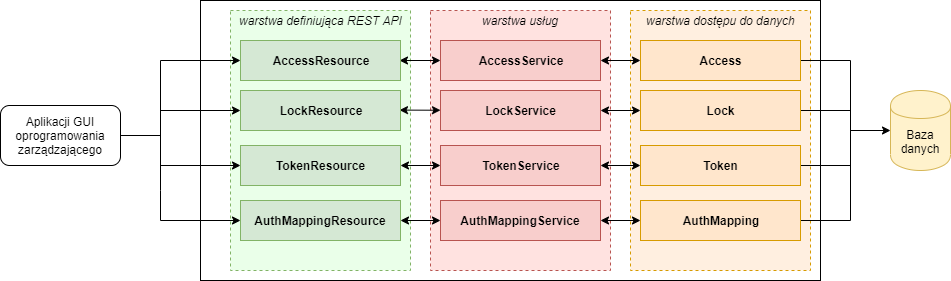
Earlier version of the draw.io export docs/chapters/images/uslugi2.png (adapiekarska/centralized-lock-system). Source tidied: cells renumbered, new cells last; positions are measured from the earlier drawing's top-left corner, leaving out a move shared by most shapes.
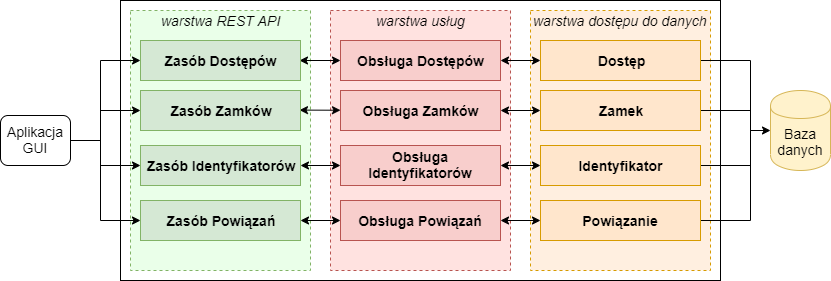
The same file after the commit.

Diff of the diagram source:
```diff
@@ -2,38 +2,38 @@
   <root>
     <mxCell id="0" />
     <mxCell id="1" parent="0" />
-    <mxCell id="2" style="rounded=0;whiteSpace=wrap;html=1;" parent="1" vertex="1">
-      <mxGeometry x="200" width="620" height="280" as="geometry" />
+    <mxCell id="2" style="rounded=0;whiteSpace=wrap;html=1;fontSize=14;" parent="1" vertex="1">
+      <mxGeometry x="220" width="600" height="280" as="geometry" />
     </mxCell>
-    <mxCell id="3" style="rounded=0;whiteSpace=wrap;html=1;dashed=1;fillColor=#FFEFE0;strokeColor=#d79b00;" parent="1" vertex="1">
+    <mxCell id="3" style="rounded=0;whiteSpace=wrap;html=1;dashed=1;fillColor=#FFEFE0;strokeColor=#d79b00;fontSize=14;" parent="1" vertex="1">
       <mxGeometry x="630" y="10" width="180" height="260" as="geometry" />
     </mxCell>
-    <mxCell id="4" value="warstwa dostępu do danych" style="text;html=1;align=center;verticalAlign=middle;strokeColor=none;fillColor=none;fontStyle=2;" parent="1" vertex="1">
-      <mxGeometry x="640" y="10" width="160" height="20" as="geometry" />
+    <mxCell id="4" value="warstwa dostępu do danych" style="text;html=1;align=center;verticalAlign=middle;strokeColor=none;fillColor=none;fontStyle=2;fontSize=14;" parent="1" vertex="1">
+      <mxGeometry x="625" y="10" width="190" height="20" as="geometry" />
     </mxCell>
-    <mxCell id="5" style="rounded=0;whiteSpace=wrap;html=1;dashed=1;fillColor=#FFE2E0;strokeColor=#b85450;" parent="1" vertex="1">
+    <mxCell id="5" style="rounded=0;whiteSpace=wrap;html=1;dashed=1;fillColor=#FFE2E0;strokeColor=#b85450;fontSize=14;" parent="1" vertex="1">
       <mxGeometry x="430" y="10" width="180" height="260" as="geometry" />
     </mxCell>
-    <mxCell id="6" style="rounded=0;whiteSpace=wrap;html=1;dashed=1;fillColor=#EAFFE9;strokeColor=#82b366;" parent="1" vertex="1">
+    <mxCell id="6" style="rounded=0;whiteSpace=wrap;html=1;dashed=1;fillColor=#EAFFE9;strokeColor=#82b366;fontSize=14;" parent="1" vertex="1">
       <mxGeometry x="230" y="10" width="180" height="260" as="geometry" />
     </mxCell>
-    <mxCell id="7" style="edgeStyle=none;rounded=0;jettySize=auto;html=1;exitX=1;exitY=0.5;exitDx=0;exitDy=0;entryX=0;entryY=0.9;entryDx=0;entryDy=0;entryPerimeter=0;startArrow=classic;startFill=1;" parent="1" edge="1" source="9">
+    <mxCell id="7" style="edgeStyle=none;rounded=0;jettySize=auto;html=1;exitX=1;exitY=0.5;exitDx=0;exitDy=0;entryX=0;entryY=0.9;entryDx=0;entryDy=0;entryPerimeter=0;startArrow=classic;startFill=1;fontSize=14;" parent="1" edge="1" source="9">
       <mxGeometry relative="1" as="geometry">
         <mxPoint x="640" y="220" as="targetPoint" />
       </mxGeometry>
     </mxCell>
-    <mxCell id="8" style="edgeStyle=none;rounded=0;jettySize=auto;html=1;exitX=0;exitY=0.5;exitDx=0;exitDy=0;entryX=1;entryY=0.9;entryDx=0;entryDy=0;entryPerimeter=0;startArrow=classic;startFill=1;" parent="1" edge="1" source="9">
+    <mxCell id="8" style="edgeStyle=none;rounded=0;jettySize=auto;html=1;exitX=0;exitY=0.5;exitDx=0;exitDy=0;entryX=1;entryY=0.9;entryDx=0;entryDy=0;entryPerimeter=0;startArrow=classic;startFill=1;fontSize=14;" parent="1" edge="1" source="9">
       <mxGeometry relative="1" as="geometry">
         <mxPoint x="400" y="220" as="targetPoint" />
       </mxGeometry>
     </mxCell>
-    <mxCell id="9" value="AuthMappingService" style="rounded=0;whiteSpace=wrap;html=1;fontStyle=1;fillColor=#f8cecc;strokeColor=#b85450;" parent="1" vertex="1">
+    <mxCell id="9" value="Obsługa Powiązań" style="rounded=0;whiteSpace=wrap;html=1;fontStyle=1;fillColor=#f8cecc;strokeColor=#b85450;fontSize=14;" parent="1" vertex="1">
       <mxGeometry x="440" y="200" width="160" height="40" as="geometry" />
     </mxCell>
-    <mxCell id="10" value="Baza danych" style="shape=cylinder;whiteSpace=wrap;html=1;boundedLbl=1;backgroundOutline=1;fillColor=#fff2cc;strokeColor=#d6b656;" parent="1" vertex="1">
-      <mxGeometry x="890" y="90" width="60" height="80" as="geometry" />
+    <mxCell id="10" value="Baza danych" style="shape=cylinder;whiteSpace=wrap;html=1;boundedLbl=1;backgroundOutline=1;fillColor=#fff2cc;strokeColor=#d6b656;fontSize=14;" parent="1" vertex="1">
+      <mxGeometry x="870" y="90" width="60" height="80" as="geometry" />
     </mxCell>
-    <mxCell id="11" style="edgeStyle=orthogonalEdgeStyle;rounded=0;jettySize=auto;html=1;entryX=0;entryY=0.5;entryDx=0;entryDy=0;exitX=1;exitY=0.5;exitDx=0;exitDy=0;" parent="1" edge="1" source="23" target="10">
+    <mxCell id="11" style="edgeStyle=orthogonalEdgeStyle;rounded=0;jettySize=auto;html=1;entryX=0;entryY=0.5;entryDx=0;entryDy=0;exitX=1;exitY=0.5;exitDx=0;exitDy=0;fontSize=14;" parent="1" edge="1" source="23" target="10">
       <mxGeometry relative="1" as="geometry">
         <Array as="points">
           <mxPoint x="850" y="60" />
@@ -41,60 +41,52 @@
         </Array>
       </mxGeometry>
     </mxCell>
-    <mxCell id="12" style="edgeStyle=none;rounded=0;jettySize=auto;html=1;entryX=0;entryY=0.1;entryDx=0;entryDy=0;entryPerimeter=0;startArrow=classic;startFill=1;" parent="1" edge="1" source="13">
+    <mxCell id="12" style="edgeStyle=none;rounded=0;jettySize=auto;html=1;entryX=0;entryY=0.1;entryDx=0;entryDy=0;entryPerimeter=0;startArrow=classic;startFill=1;fontSize=14;" parent="1" edge="1" source="13">
       <mxGeometry relative="1" as="geometry">
         <mxPoint x="640" y="60" as="targetPoint" />
       </mxGeometry>
     </mxCell>
-    <mxCell id="13" value="AccessService" style="rounded=0;whiteSpace=wrap;html=1;fontStyle=1;fillColor=#f8cecc;strokeColor=#b85450;" parent="1" vertex="1">
+    <mxCell id="13" value="Obsługa Dostępów" style="rounded=0;whiteSpace=wrap;html=1;fontStyle=1;fillColor=#f8cecc;strokeColor=#b85450;fontSize=14;" parent="1" vertex="1">
       <mxGeometry x="440" y="40" width="160" height="40" as="geometry" />
     </mxCell>
-    <mxCell id="14" style="edgeStyle=orthogonalEdgeStyle;rounded=0;jettySize=auto;html=1;entryX=0;entryY=0.5;entryDx=0;entryDy=0;startArrow=classic;startFill=1;" parent="1" edge="1" target="13">
+    <mxCell id="14" style="edgeStyle=orthogonalEdgeStyle;rounded=0;jettySize=auto;html=1;entryX=0;entryY=0.5;entryDx=0;entryDy=0;startArrow=classic;startFill=1;fontSize=14;" parent="1" edge="1" target="13">
       <mxGeometry relative="1" as="geometry">
         <mxPoint x="399" y="60" as="sourcePoint" />
       </mxGeometry>
     </mxCell>
-    <mxCell id="15" style="edgeStyle=orthogonalEdgeStyle;rounded=0;jettySize=auto;html=1;startArrow=none;startFill=0;endArrow=none;endFill=0;" parent="1" edge="1" source="16">
-      <mxGeometry relative="1" as="geometry">
-        <mxPoint x="160" y="60" as="targetPoint" />
-        <Array as="points">
-          <mxPoint x="160" y="135" />
-        </Array>
-      </mxGeometry>
-    </mxCell>
-    <mxCell id="16" value="Aplikacji GUI oprogramowania zarządzającego" style="rounded=1;whiteSpace=wrap;html=1;" parent="1" vertex="1">
-      <mxGeometry y="105" width="120" height="60" as="geometry" />
+    <mxCell id="16" value="Aplikacja GUI" style="rounded=1;whiteSpace=wrap;html=1;fontSize=14;" parent="1" vertex="1">
+      <mxGeometry x="100" y="115" width="70" height="50" as="geometry" />
     </mxCell>
-    <mxCell id="17" style="edgeStyle=none;rounded=0;jettySize=auto;html=1;entryX=0.975;entryY=0.348;entryDx=0;entryDy=0;entryPerimeter=0;startArrow=classic;startFill=1;" parent="1" edge="1" source="19">
+    <mxCell id="17" style="edgeStyle=none;rounded=0;jettySize=auto;html=1;entryX=0.975;entryY=0.348;entryDx=0;entryDy=0;entryPerimeter=0;startArrow=classic;startFill=1;fontSize=14;" parent="1" edge="1" source="19">
       <mxGeometry relative="1" as="geometry">
         <mxPoint x="399" y="109.6" as="targetPoint" />
       </mxGeometry>
     </mxCell>
-    <mxCell id="18" style="edgeStyle=none;rounded=0;jettySize=auto;html=1;exitX=1;exitY=0.5;exitDx=0;exitDy=0;entryX=0;entryY=0.35;entryDx=0;entryDy=0;entryPerimeter=0;startArrow=classic;startFill=1;" parent="1" edge="1" source="19">
+    <mxCell id="18" style="edgeStyle=none;rounded=0;jettySize=auto;html=1;exitX=1;exitY=0.5;exitDx=0;exitDy=0;entryX=0;entryY=0.35;entryDx=0;entryDy=0;entryPerimeter=0;startArrow=classic;startFill=1;fontSize=14;" parent="1" edge="1" source="19">
       <mxGeometry relative="1" as="geometry">
         <mxPoint x="640" y="110" as="targetPoint" />
       </mxGeometry>
     </mxCell>
-    <mxCell id="19" value="LockService" style="rounded=0;whiteSpace=wrap;html=1;fontStyle=1;fillColor=#f8cecc;strokeColor=#b85450;" parent="1" vertex="1">
+    <mxCell id="19" value="Obsługa Zamków" style="rounded=0;whiteSpace=wrap;html=1;fontStyle=1;fillColor=#f8cecc;strokeColor=#b85450;fontSize=14;" parent="1" vertex="1">
       <mxGeometry x="440" y="90" width="160" height="40" as="geometry" />
     </mxCell>
-    <mxCell id="20" style="edgeStyle=none;rounded=0;jettySize=auto;html=1;entryX=1;entryY=0.625;entryDx=0;entryDy=0;entryPerimeter=0;startArrow=classic;startFill=1;" parent="1" edge="1" source="22">
+    <mxCell id="20" style="edgeStyle=none;rounded=0;jettySize=auto;html=1;entryX=1;entryY=0.625;entryDx=0;entryDy=0;entryPerimeter=0;startArrow=classic;startFill=1;fontSize=14;" parent="1" edge="1" source="22">
       <mxGeometry relative="1" as="geometry">
         <mxPoint x="400" y="165" as="targetPoint" />
       </mxGeometry>
     </mxCell>
-    <mxCell id="21" style="edgeStyle=none;rounded=0;jettySize=auto;html=1;exitX=1;exitY=0.5;exitDx=0;exitDy=0;entryX=0;entryY=0.625;entryDx=0;entryDy=0;entryPerimeter=0;startArrow=classic;startFill=1;" parent="1" edge="1" source="22">
+    <mxCell id="21" style="edgeStyle=none;rounded=0;jettySize=auto;html=1;exitX=1;exitY=0.5;exitDx=0;exitDy=0;entryX=0;entryY=0.625;entryDx=0;entryDy=0;entryPerimeter=0;startArrow=classic;startFill=1;fontSize=14;" parent="1" edge="1" source="22">
       <mxGeometry relative="1" as="geometry">
         <mxPoint x="640" y="165" as="targetPoint" />
       </mxGeometry>
     </mxCell>
-    <mxCell id="22" value="TokenService" style="rounded=0;whiteSpace=wrap;html=1;fontStyle=1;fillColor=#f8cecc;strokeColor=#b85450;" parent="1" vertex="1">
+    <mxCell id="22" value="Obsługa Identyfikatorów" style="rounded=0;whiteSpace=wrap;html=1;fontStyle=1;fillColor=#f8cecc;strokeColor=#b85450;fontSize=14;" parent="1" vertex="1">
       <mxGeometry x="440" y="145" width="160" height="40" as="geometry" />
     </mxCell>
-    <mxCell id="23" value="&lt;b&gt;Access&lt;/b&gt;" style="rounded=0;whiteSpace=wrap;html=1;fillColor=#ffe6cc;strokeColor=#d79b00;" parent="1" vertex="1">
+    <mxCell id="23" value="&lt;b style=&quot;font-size: 14px;&quot;&gt;Dostęp&lt;/b&gt;" style="rounded=0;whiteSpace=wrap;html=1;fillColor=#ffe6cc;strokeColor=#d79b00;fontSize=14;" parent="1" vertex="1">
       <mxGeometry x="640" y="40" width="160" height="40" as="geometry" />
     </mxCell>
-    <mxCell id="24" style="edgeStyle=orthogonalEdgeStyle;rounded=0;jettySize=auto;html=1;endArrow=none;endFill=0;" parent="1" edge="1" source="25">
+    <mxCell id="24" style="edgeStyle=orthogonalEdgeStyle;rounded=0;jettySize=auto;html=1;endArrow=none;endFill=0;fontSize=14;" parent="1" edge="1" source="25">
       <mxGeometry relative="1" as="geometry">
         <mxPoint x="860" y="130" as="targetPoint" />
         <Array as="points">
@@ -103,10 +95,10 @@
         </Array>
       </mxGeometry>
     </mxCell>
-    <mxCell id="25" value="&lt;b&gt;Lock&lt;/b&gt;" style="rounded=0;whiteSpace=wrap;html=1;fillColor=#ffe6cc;strokeColor=#d79b00;" parent="1" vertex="1">
+    <mxCell id="25" value="&lt;b style=&quot;font-size: 14px;&quot;&gt;Zamek&lt;/b&gt;" style="rounded=0;whiteSpace=wrap;html=1;fillColor=#ffe6cc;strokeColor=#d79b00;fontSize=14;" parent="1" vertex="1">
       <mxGeometry x="640" y="90" width="160" height="40" as="geometry" />
     </mxCell>
-    <mxCell id="26" style="edgeStyle=orthogonalEdgeStyle;rounded=0;jettySize=auto;html=1;endArrow=none;endFill=0;" parent="1" edge="1" source="27">
+    <mxCell id="26" style="edgeStyle=orthogonalEdgeStyle;rounded=0;jettySize=auto;html=1;endArrow=none;endFill=0;fontSize=14;" parent="1" edge="1" source="27">
       <mxGeometry relative="1" as="geometry">
         <mxPoint x="850" y="130" as="targetPoint" />
         <Array as="points">
@@ -115,10 +107,10 @@
         </Array>
       </mxGeometry>
     </mxCell>
-    <mxCell id="27" value="&lt;b&gt;Token&lt;/b&gt;" style="rounded=0;whiteSpace=wrap;html=1;fillColor=#ffe6cc;strokeColor=#d79b00;" parent="1" vertex="1">
+    <mxCell id="27" value="&lt;b style=&quot;font-size: 14px;&quot;&gt;Identyfikator&lt;/b&gt;" style="rounded=0;whiteSpace=wrap;html=1;fillColor=#ffe6cc;strokeColor=#d79b00;fontSize=14;" parent="1" vertex="1">
       <mxGeometry x="640" y="145" width="160" height="40" as="geometry" />
     </mxCell>
-    <mxCell id="28" style="edgeStyle=orthogonalEdgeStyle;rounded=0;jettySize=auto;html=1;endArrow=none;endFill=0;" parent="1" edge="1" source="29">
+    <mxCell id="28" style="edgeStyle=orthogonalEdgeStyle;rounded=0;jettySize=auto;html=1;endArrow=none;endFill=0;fontSize=14;" parent="1" edge="1" source="29">
       <mxGeometry relative="1" as="geometry">
         <mxPoint x="850" y="140" as="targetPoint" />
         <Array as="points">
@@ -127,56 +119,61 @@
         </Array>
       </mxGeometry>
     </mxCell>
-    <mxCell id="29" value="&lt;b&gt;AuthMapping&lt;/b&gt;" style="rounded=0;whiteSpace=wrap;html=1;fillColor=#ffe6cc;strokeColor=#d79b00;" parent="1" vertex="1">
+    <mxCell id="29" value="&lt;b style=&quot;font-size: 14px;&quot;&gt;Powiązanie&lt;/b&gt;" style="rounded=0;whiteSpace=wrap;html=1;fillColor=#ffe6cc;strokeColor=#d79b00;fontSize=14;" parent="1" vertex="1">
       <mxGeometry x="640" y="200" width="160" height="40" as="geometry" />
     </mxCell>
-    <mxCell id="30" style="edgeStyle=orthogonalEdgeStyle;rounded=0;jettySize=auto;html=1;startArrow=classic;startFill=1;endArrow=none;endFill=0;" parent="1" edge="1" source="31">
-      <mxGeometry relative="1" as="geometry">
-        <mxPoint x="160" y="60" as="targetPoint" />
-      </mxGeometry>
-    </mxCell>
+    <mxCell id="41" style="edgeStyle=orthogonalEdgeStyle;rounded=0;jettySize=auto;html=1;exitX=0;exitY=0.5;exitDx=0;exitDy=0;entryX=1;entryY=0.5;entryDx=0;entryDy=0;endArrow=none;endFill=0;startArrow=classic;startFill=1;fontSize=14;" parent="1" edge="1" source="31" target="16">
+      <mxGeometry relative="1" as="geometry">
+        <Array as="points">
+          <mxPoint x="200" y="60" />
+          <mxPoint x="200" y="140" />
+        </Array>
+      </mxGeometry>
+    </mxCell>
-    <mxCell id="31" value="&lt;b&gt;AccessResource&lt;/b&gt;" style="rounded=0;whiteSpace=wrap;html=1;fillColor=#d5e8d4;strokeColor=#82b366;" parent="1" vertex="1">
+    <mxCell id="31" value="&lt;b style=&quot;font-size: 14px;&quot;&gt;Zasób Dostępów&lt;/b&gt;" style="rounded=0;whiteSpace=wrap;html=1;fillColor=#d5e8d4;strokeColor=#82b366;fontSize=14;" parent="1" vertex="1">
       <mxGeometry x="240" y="40" width="160" height="40" as="geometry" />
     </mxCell>
-    <mxCell id="32" style="edgeStyle=orthogonalEdgeStyle;rounded=0;jettySize=auto;html=1;startArrow=classic;startFill=1;endArrow=none;endFill=0;" parent="1" edge="1" source="33">
-      <mxGeometry relative="1" as="geometry">
-        <mxPoint x="160" y="110" as="targetPoint" />
-      </mxGeometry>
-    </mxCell>
+    <mxCell id="42" style="edgeStyle=orthogonalEdgeStyle;rounded=0;jettySize=auto;html=1;exitX=0;exitY=0.5;exitDx=0;exitDy=0;endArrow=none;endFill=0;startArrow=classic;startFill=1;fontSize=14;" parent="1" edge="1" source="33">
+      <mxGeometry relative="1" as="geometry">
+        <mxPoint x="170" y="140" as="targetPoint" />
+        <Array as="points">
+          <mxPoint x="200" y="110" />
+          <mxPoint x="200" y="140" />
+        </Array>
+      </mxGeometry>
+    </mxCell>
-    <mxCell id="33" value="&lt;b&gt;LockResource&lt;/b&gt;" style="rounded=0;whiteSpace=wrap;html=1;fillColor=#d5e8d4;strokeColor=#82b366;" parent="1" vertex="1">
+    <mxCell id="33" value="&lt;b style=&quot;font-size: 14px;&quot;&gt;Zasób Zamków&lt;/b&gt;" style="rounded=0;whiteSpace=wrap;html=1;fillColor=#d5e8d4;strokeColor=#82b366;fontSize=14;" parent="1" vertex="1">
       <mxGeometry x="240" y="90" width="160" height="40" as="geometry" />
     </mxCell>
-    <mxCell id="34" style="edgeStyle=orthogonalEdgeStyle;rounded=0;jettySize=auto;html=1;startArrow=classic;startFill=1;endArrow=none;endFill=0;" parent="1" edge="1" source="35">
-      <mxGeometry relative="1" as="geometry">
-        <mxPoint x="160" y="165" as="targetPoint" />
-      </mxGeometry>
-    </mxCell>
+    <mxCell id="43" style="edgeStyle=orthogonalEdgeStyle;rounded=0;jettySize=auto;html=1;exitX=0;exitY=0.5;exitDx=0;exitDy=0;endArrow=none;endFill=0;startArrow=classic;startFill=1;fontSize=14;" parent="1" edge="1" source="35">
+      <mxGeometry relative="1" as="geometry">
+        <mxPoint x="170" y="140" as="targetPoint" />
+        <Array as="points">
+          <mxPoint x="200" y="165" />
+          <mxPoint x="200" y="140" />
+        </Array>
+      </mxGeometry>
+    </mxCell>
-    <mxCell id="35" value="&lt;b&gt;TokenResource&lt;/b&gt;" style="rounded=0;whiteSpace=wrap;html=1;fillColor=#d5e8d4;strokeColor=#82b366;" parent="1" vertex="1">
+    <mxCell id="35" value="&lt;b style=&quot;font-size: 14px;&quot;&gt;Zasób Identyfikatorów&lt;/b&gt;" style="rounded=0;whiteSpace=wrap;html=1;fillColor=#d5e8d4;strokeColor=#82b366;fontSize=14;" parent="1" vertex="1">
       <mxGeometry x="240" y="145" width="160" height="40" as="geometry" />
     </mxCell>
-    <mxCell id="36" style="edgeStyle=orthogonalEdgeStyle;rounded=0;jettySize=auto;html=1;startArrow=classic;startFill=1;endArrow=none;endFill=0;" parent="1" edge="1" source="37">
-      <mxGeometry relative="1" as="geometry">
-        <mxPoint x="160" y="220" as="targetPoint" />
-      </mxGeometry>
-    </mxCell>
+    <mxCell id="44" style="edgeStyle=orthogonalEdgeStyle;rounded=0;jettySize=auto;html=1;exitX=0;exitY=0.5;exitDx=0;exitDy=0;endArrow=none;endFill=0;startArrow=classic;startFill=1;fontSize=14;" parent="1" edge="1" source="37">
+      <mxGeometry relative="1" as="geometry">
+        <mxPoint x="170" y="140" as="targetPoint" />
+        <Array as="points">
+          <mxPoint x="200" y="220" />
+          <mxPoint x="200" y="140" />
+        </Array>
+      </mxGeometry>
+    </mxCell>
-    <mxCell id="37" value="&lt;b&gt;AuthMappingResource&lt;/b&gt;" style="rounded=0;whiteSpace=wrap;html=1;fillColor=#d5e8d4;strokeColor=#82b366;" parent="1" vertex="1">
+    <mxCell id="37" value="&lt;b style=&quot;font-size: 14px;&quot;&gt;Zasób Powiązań&lt;/b&gt;" style="rounded=0;whiteSpace=wrap;html=1;fillColor=#d5e8d4;strokeColor=#82b366;fontSize=14;" parent="1" vertex="1">
       <mxGeometry x="240" y="200" width="160" height="40" as="geometry" />
     </mxCell>
-    <mxCell id="38" style="edgeStyle=orthogonalEdgeStyle;rounded=0;orthogonalLoop=1;jettySize=auto;html=1;startArrow=none;startFill=0;endArrow=none;endFill=0;" parent="1" edge="1">
-      <mxGeometry relative="1" as="geometry">
-        <mxPoint x="160" y="130" as="sourcePoint" />
-        <mxPoint x="160" y="220" as="targetPoint" />
-        <Array as="points">
-          <mxPoint x="160" y="190" />
-          <mxPoint x="160" y="190" />
-        </Array>
-      </mxGeometry>
-    </mxCell>
-    <mxCell id="39" value="warstwa definiująca REST API" style="text;html=1;align=center;verticalAlign=middle;strokeColor=none;fillColor=none;fontStyle=2;" parent="1" vertex="1">
-      <mxGeometry x="230" y="10" width="180" height="20" as="geometry" />
+    <mxCell id="39" value="warstwa REST API" style="text;html=1;align=center;verticalAlign=middle;strokeColor=none;fillColor=none;fontStyle=2;fontSize=14;" parent="1" vertex="1">
+      <mxGeometry x="255" y="10" width="130" height="20" as="geometry" />
     </mxCell>
-    <mxCell id="40" value="warstwa usług" style="text;html=1;align=center;verticalAlign=middle;strokeColor=none;fillColor=none;fontStyle=2;" parent="1" vertex="1">
-      <mxGeometry x="475" y="10" width="90" height="20" as="geometry" />
+    <mxCell id="40" value="warstwa usług" style="text;html=1;align=center;verticalAlign=middle;strokeColor=none;fillColor=none;fontStyle=2;fontSize=14;" parent="1" vertex="1">
+      <mxGeometry x="470" y="10" width="100" height="20" as="geometry" />
     </mxCell>
   </root>
 </mxGraphModel>
```
